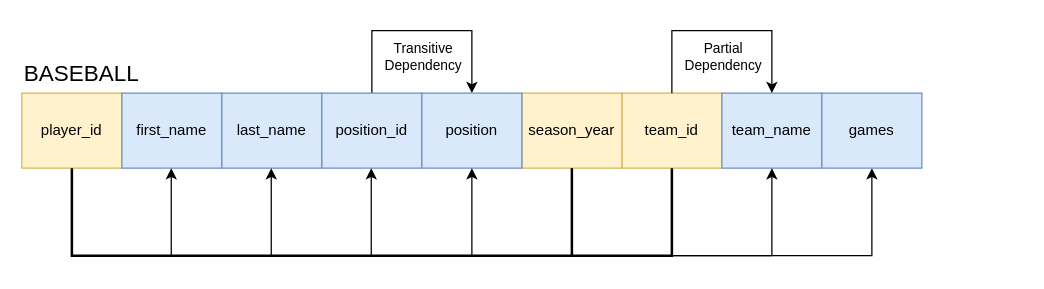
The draw.io diagram page "1NF" (1 of 3) of dependency_graph.drawio in GeoDan87/CIT225, before the edit. Source tidied: cells renumbered, new cells numbered last; positions are measured from the earlier drawing's top-left corner, leaving out a move shared by most shapes. Both pictures are drawn from the tidied source at 125%, with x=0, y=0 at pixel (21, 30).
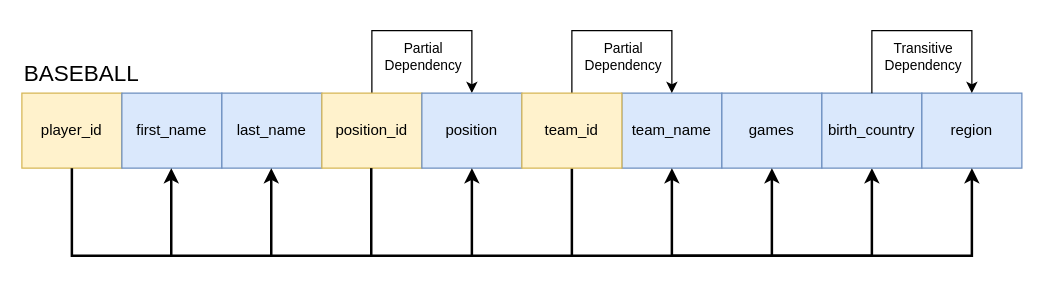
The same page after the edit.

The change refers to these unchanged cells:
```xml
<mxCell id="2" value="player_id" style="rounded=0;whiteSpace=wrap;html=1;fillColor=#fff2cc;strokeColor=#d6b656;" parent="1" vertex="1">
  <mxGeometry y="50" width="80" height="60" as="geometry" />
</mxCell>
<mxCell id="11" style="endArrow=classic;html=1;rounded=0;entryX=0.5;entryY=0;entryDx=0;entryDy=0;exitX=0.5;exitY=0;exitDx=0;exitDy=0;" parent="1" edge="1" source="15" target="18">
  <mxGeometry relative="1" as="geometry">
    <Array as="points">
      <mxPoint x="280" />
      <mxPoint x="360" />
    </Array>
  </mxGeometry>
</mxCell>
<mxCell id="18" value="position" style="rounded=0;whiteSpace=wrap;html=1;fillColor=#dae8fc;strokeColor=#6c8ebf;" parent="1" vertex="1">
  <mxGeometry x="320" y="50" width="80" height="60" as="geometry" />
</mxCell>
```

What changed in the source:
```diff
@@
-    <mxCell id="5" value="team_id" style="rounded=0;whiteSpace=wrap;html=1;fillColor=#fff2cc;strokeColor=#d6b656;" parent="1" vertex="1">
+    <mxCell id="5" value="team_name" style="rounded=0;whiteSpace=wrap;html=1;fillColor=#dae8fc;strokeColor=#6c8ebf;" parent="1" vertex="1">
       <mxGeometry x="480" y="50" width="80" height="60" as="geometry" />
     </mxCell>
-    <mxCell id="6" value="team_name" style="rounded=0;whiteSpace=wrap;html=1;fillColor=#dae8fc;strokeColor=#6c8ebf;" parent="1" vertex="1">
+    <mxCell id="6" value="games" style="rounded=0;whiteSpace=wrap;html=1;fillColor=#dae8fc;strokeColor=#6c8ebf;" parent="1" vertex="1">
       <mxGeometry x="560" y="50" width="80" height="60" as="geometry" />
     </mxCell>
-    <mxCell id="7" style="endArrow=classic;html=1;rounded=0;exitX=0.5;exitY=0;exitDx=0;exitDy=0;entryX=0.5;entryY=0;entryDx=0;entryDy=0;" parent="1" edge="1" source="5" target="6">
+    <mxCell id="7" style="endArrow=classic;html=1;rounded=0;exitX=0.5;exitY=0;exitDx=0;exitDy=0;entryX=0.5;entryY=0;entryDx=0;entryDy=0;" parent="1" edge="1">
       <mxGeometry relative="1" as="geometry">
+        <mxPoint x="440" y="50" as="sourcePoint" />
+        <mxPoint x="520" y="50" as="targetPoint" />
         <Array as="points">
+          <mxPoint x="440" />
           <mxPoint x="520" />
-          <mxPoint x="600" />
         </Array>
       </mxGeometry>
     </mxCell>
@@
-    <mxCell id="9" style="endArrow=classic;html=1;rounded=0;entryX=0.5;entryY=1;entryDx=0;entryDy=0;" parent="1" edge="1" target="6">
+    <mxCell id="9" style="endArrow=classic;html=1;rounded=0;entryX=0.5;entryY=1;entryDx=0;entryDy=0;strokeWidth=2;" parent="1" edge="1" target="6">
       <mxGeometry relative="1" as="geometry">
         <mxPoint x="520" y="180" as="sourcePoint" />
         <Array as="points">
           <mxPoint x="520" y="180" />
           <mxPoint x="600" y="180" />
         </Array>
       </mxGeometry>
     </mxCell>
-    <mxCell id="10" style="endArrow=classic;html=1;rounded=0;entryX=0.5;entryY=1;entryDx=0;entryDy=0;" parent="1" edge="1" target="14">
+    <mxCell id="10" style="endArrow=classic;html=1;rounded=0;entryX=0.5;entryY=1;entryDx=0;entryDy=0;strokeWidth=2;" parent="1" edge="1" target="14">
       <mxGeometry relative="1" as="geometry">
         <mxPoint x="520" y="180" as="sourcePoint" />
         <Array as="points">
           <mxPoint x="520" y="180" />
           <mxPoint x="610" y="180" />
           <mxPoint x="680" y="180" />
         </Array>
       </mxGeometry>
     </mxCell>
@@
-    <mxCell id="12" value="Transitive &lt;br&gt;Dependency" style="edgeLabel;html=1;align=center;verticalAlign=middle;" parent="11" vertex="1">
+    <mxCell id="12" value="Partial &lt;br&gt;Dependency" style="edgeLabel;html=1;align=center;verticalAlign=middle;" parent="11" vertex="1">
       <mxGeometry x="0.01" relative="1" as="geometry">
         <mxPoint x="-1" y="20" as="offset" />
       </mxGeometry>
     </mxCell>
-    <mxCell id="13" value="season_year" style="rounded=0;whiteSpace=wrap;html=1;fillColor=#fff2cc;strokeColor=#d6b656;" parent="1" vertex="1">
-      <mxGeometry x="400" y="50" width="80" height="60" as="geometry" />
-    </mxCell>
-    <mxCell id="14" value="games" style="rounded=0;whiteSpace=wrap;html=1;fillColor=#dae8fc;strokeColor=#6c8ebf;" parent="1" vertex="1">
+    <mxCell id="14" value="birth_country" style="rounded=0;whiteSpace=wrap;html=1;fillColor=#dae8fc;strokeColor=#6c8ebf;" parent="1" vertex="1">
       <mxGeometry x="640" y="50" width="80" height="60" as="geometry" />
     </mxCell>
-    <mxCell id="15" value="position_id" style="rounded=0;whiteSpace=wrap;html=1;fillColor=#dae8fc;strokeColor=#6c8ebf;" parent="1" vertex="1">
+    <mxCell id="15" value="position_id" style="rounded=0;whiteSpace=wrap;html=1;fillColor=#fff2cc;strokeColor=#d6b656;" parent="1" vertex="1">
       <mxGeometry x="240" y="50" width="80" height="60" as="geometry" />
     </mxCell>
-    <mxCell id="16" style="endArrow=none;html=1;rounded=0;entryX=0.5;entryY=1;entryDx=0;entryDy=0;exitX=0.5;exitY=1;exitDx=0;exitDy=0;strokeWidth=2;" parent="1" edge="1" source="2" target="5">
+    <mxCell id="16" style="endArrow=none;html=1;rounded=0;entryX=0.5;entryY=1;entryDx=0;entryDy=0;exitX=0.5;exitY=1;exitDx=0;exitDy=0;strokeWidth=2;" parent="1" edge="1" source="2" target="24">
       <mxGeometry relative="1" as="geometry">
         <Array as="points">
           <mxPoint x="40" y="180" />
           <mxPoint x="130" y="180" />
           <mxPoint x="190" y="180" />
           <mxPoint x="360" y="180" />
           <mxPoint x="380" y="180" />
-          <mxPoint x="520" y="180" />
+          <mxPoint x="440" y="180" />
         </Array>
       </mxGeometry>
     </mxCell>
-    <mxCell id="17" style="endArrow=none;html=1;rounded=0;strokeWidth=2;entryX=0.5;entryY=1;entryDx=0;entryDy=0;" parent="1" edge="1" target="13">
+    <mxCell id="17" style="endArrow=none;html=1;rounded=0;strokeWidth=2;entryX=0.5;entryY=1;entryDx=0;entryDy=0;" parent="1" edge="1">
       <mxGeometry relative="1" as="geometry">
-        <mxPoint x="440" y="180" as="sourcePoint" />
+        <mxPoint x="279.5" y="180" as="sourcePoint" />
+        <mxPoint x="279.5" y="110" as="targetPoint" />
       </mxGeometry>
     </mxCell>
@@
-    <mxCell id="20" style="endArrow=classic;html=1;rounded=0;entryX=0.5;entryY=1;entryDx=0;entryDy=0;" parent="1" edge="1" target="18">
+    <mxCell id="20" style="endArrow=classic;html=1;rounded=0;entryX=0.5;entryY=1;entryDx=0;entryDy=0;strokeWidth=2;" parent="1" edge="1" target="18">
       <mxGeometry relative="1" as="geometry">
         <mxPoint x="360" y="180" as="sourcePoint" />
       </mxGeometry>
     </mxCell>
-    <mxCell id="21" style="endArrow=classic;html=1;rounded=0;entryX=0.5;entryY=1;entryDx=0;entryDy=0;" parent="1" edge="1">
-      <mxGeometry relative="1" as="geometry">
-        <mxPoint x="279.5" y="180" as="sourcePoint" />
-        <mxPoint x="279.5" y="110" as="targetPoint" />
-      </mxGeometry>
-    </mxCell>
-    <mxCell id="22" style="endArrow=classic;html=1;rounded=0;entryX=0.5;entryY=1;entryDx=0;entryDy=0;" parent="1" edge="1">
+    <mxCell id="22" style="endArrow=classic;html=1;rounded=0;entryX=0.5;entryY=1;entryDx=0;entryDy=0;strokeWidth=2;" parent="1" edge="1">
       <mxGeometry relative="1" as="geometry">
         <mxPoint x="199.5" y="180" as="sourcePoint" />
         <mxPoint x="199.5" y="110" as="targetPoint" />
       </mxGeometry>
     </mxCell>
-    <mxCell id="23" style="endArrow=classic;html=1;rounded=0;entryX=0.5;entryY=1;entryDx=0;entryDy=0;" parent="1" edge="1">
+    <mxCell id="23" style="endArrow=classic;html=1;rounded=0;entryX=0.5;entryY=1;entryDx=0;entryDy=0;strokeWidth=2;" parent="1" edge="1">
       <mxGeometry relative="1" as="geometry">
         <mxPoint x="119.5" y="180" as="sourcePoint" />
         <mxPoint x="119.5" y="110" as="targetPoint" />
       </mxGeometry>
     </mxCell>
+    <mxCell id="24" value="team_id" style="rounded=0;whiteSpace=wrap;html=1;fillColor=#fff2cc;strokeColor=#d6b656;" parent="1" vertex="1">
+      <mxGeometry x="400" y="50" width="80" height="60" as="geometry" />
+    </mxCell>
+    <mxCell id="25" value="region" style="rounded=0;whiteSpace=wrap;html=1;fillColor=#dae8fc;strokeColor=#6c8ebf;" parent="1" vertex="1">
+      <mxGeometry x="720" y="50" width="80" height="60" as="geometry" />
+    </mxCell>
+    <mxCell id="26" style="endArrow=classic;html=1;rounded=0;entryX=0.5;entryY=1;entryDx=0;entryDy=0;strokeWidth=2;" parent="1" edge="1">
+      <mxGeometry relative="1" as="geometry">
+        <mxPoint x="600" y="180" as="sourcePoint" />
+        <mxPoint x="760" y="110" as="targetPoint" />
+        <Array as="points">
+          <mxPoint x="600" y="180" />
+          <mxPoint x="690" y="180" />
+          <mxPoint x="760" y="180" />
+        </Array>
+      </mxGeometry>
+    </mxCell>
+    <mxCell id="27" style="endArrow=classic;html=1;rounded=0;entryX=0.5;entryY=1;entryDx=0;entryDy=0;strokeWidth=2;" parent="1" edge="1">
+      <mxGeometry relative="1" as="geometry">
+        <mxPoint x="440" y="180" as="sourcePoint" />
+        <mxPoint x="520" y="110" as="targetPoint" />
+        <Array as="points">
+          <mxPoint x="440" y="180" />
+          <mxPoint x="520" y="180" />
+        </Array>
+      </mxGeometry>
+    </mxCell>
+    <mxCell id="28" style="endArrow=classic;html=1;rounded=0;exitX=0.5;exitY=0;exitDx=0;exitDy=0;entryX=0.5;entryY=0;entryDx=0;entryDy=0;" parent="1" edge="1">
+      <mxGeometry relative="1" as="geometry">
+        <mxPoint x="680" y="50" as="sourcePoint" />
+        <mxPoint x="760" y="50" as="targetPoint" />
+        <Array as="points">
+          <mxPoint x="680" />
+          <mxPoint x="760" />
+        </Array>
+      </mxGeometry>
+    </mxCell>
+    <mxCell id="29" value="Transitive&lt;br&gt;Dependency" style="edgeLabel;html=1;align=center;verticalAlign=middle;" parent="28" vertex="1">
+      <mxGeometry y="-2" relative="1" as="geometry">
+        <mxPoint y="18" as="offset" />
+      </mxGeometry>
+    </mxCell>
```
